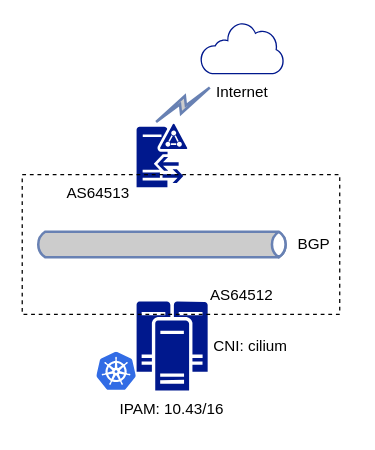
Above: cilium-BGP.drawio in pitimon/cilium-bgp (draw.io), before the change. Source tidied: cells renumbered, new cells numbered last; positions are measured from the earlier drawing's top-left corner, leaving out a move shared by most shapes. Both pictures are drawn from the tidied source at 127%, with x=0, y=0 at pixel (22, 22).
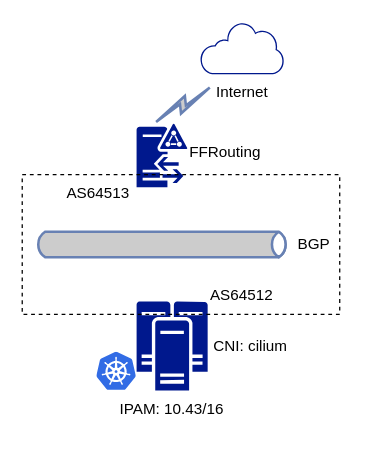
The same page after the edit.

Diff of the diagram source:
```diff
@@
 <mxGraphModel>
   <root>
     <mxCell id="0" />
     <mxCell id="1" parent="0" />
     <mxCell id="2" style="image;sketch=0;html=1;align=center;fontSize=12;image=img/lib/mscae/Kubernetes.svg;" parent="1" vertex="1">
       <mxGeometry x="58.8" y="260" width="31.2" height="30" as="geometry" />
     </mxCell>
     <mxCell id="3" style="sketch=0;shadow=0;dashed=0;html=1;strokeColor=none;labelPosition=center;verticalLabelPosition=bottom;verticalAlign=top;align=center;fillColor=#00188D;shape=mxgraph.mscae.enterprise.cluster_server;" parent="1" vertex="1">
       <mxGeometry x="90" y="220" width="56" height="70" as="geometry" />
     </mxCell>
     <mxCell id="4" style="sketch=0;shadow=0;dashed=0;html=1;strokeColor=none;labelPosition=center;verticalLabelPosition=bottom;verticalAlign=top;align=center;fillColor=#00188D;shape=mxgraph.mscae.enterprise.d;" parent="1" vertex="1">
       <mxGeometry x="90" y="80" width="40" height="50" as="geometry" />
     </mxCell>
     <mxCell id="5" style="rounded=0;whiteSpace=wrap;html=1;dashed=1;fillColor=none;" parent="1" vertex="1">
       <mxGeometry y="120" width="250" height="110" as="geometry" />
     </mxCell>
     <mxCell id="6" value="CNI: cilium" style="text;html=1;align=center;verticalAlign=middle;whiteSpace=wrap;rounded=0;" parent="1" vertex="1">
       <mxGeometry x="150" y="240" width="60" height="30" as="geometry" />
     </mxCell>
     <mxCell id="7" value="BGP" style="text;html=1;align=center;verticalAlign=middle;whiteSpace=wrap;rounded=0;" parent="1" vertex="1">
       <mxGeometry x="200" y="160" width="60" height="30" as="geometry" />
     </mxCell>
     <mxCell id="8" value="Internet" style="sketch=0;shadow=0;dashed=0;html=1;strokeColor=none;labelPosition=center;verticalLabelPosition=bottom;verticalAlign=top;align=center;fillColor=#00188D;shape=mxgraph.mscae.enterprise.internet_hollow;" parent="1" vertex="1">
       <mxGeometry x="140" width="66.1" height="41" as="geometry" />
     </mxCell>
     <mxCell id="9" value="AS64512" style="text;html=1;align=center;verticalAlign=middle;whiteSpace=wrap;rounded=0;" parent="1" vertex="1">
       <mxGeometry x="143.1" y="200" width="60" height="30" as="geometry" />
     </mxCell>
     <mxCell id="10" value="AS64513" style="text;html=1;align=center;verticalAlign=middle;whiteSpace=wrap;rounded=0;" parent="1" vertex="1">
       <mxGeometry x="30" y="120" width="60" height="30" as="geometry" />
     </mxCell>
     <mxCell id="11" style="html=1;fillColor=#CCCCCC;strokeColor=#6881B3;gradientColor=none;gradientDirection=north;strokeWidth=2;shape=mxgraph.networks.bus;gradientColor=none;gradientDirection=north;fontColor=#ffffff;perimeter=backbonePerimeter;backboneSize=20;" parent="1" vertex="1">
       <mxGeometry x="10" y="170" width="200" height="10" as="geometry" />
     </mxCell>
     <mxCell id="12" style="html=1;outlineConnect=0;fillColor=#CCCCCC;strokeColor=#6881B3;gradientColor=none;gradientDirection=north;strokeWidth=2;shape=mxgraph.networks.comm_link_edge;html=1;rounded=0;" parent="1" edge="1">
       <mxGeometry relative="1" as="geometry">
         <mxPoint x="103.1" y="80" as="sourcePoint" />
         <mxPoint x="150" y="50" as="targetPoint" />
       </mxGeometry>
     </mxCell>
     <mxCell id="13" value="IPAM: 10.43/16" style="text;html=1;align=center;verticalAlign=middle;whiteSpace=wrap;rounded=0;" parent="1" vertex="1">
       <mxGeometry x="73" y="290" width="90" height="30" as="geometry" />
     </mxCell>
+    <mxCell id="14" value="FFRouting" style="text;html=1;align=center;verticalAlign=middle;whiteSpace=wrap;rounded=0;" parent="1" vertex="1">
+      <mxGeometry x="130" y="88" width="60" height="30" as="geometry" />
+    </mxCell>
   </root>
 </mxGraphModel>
```
